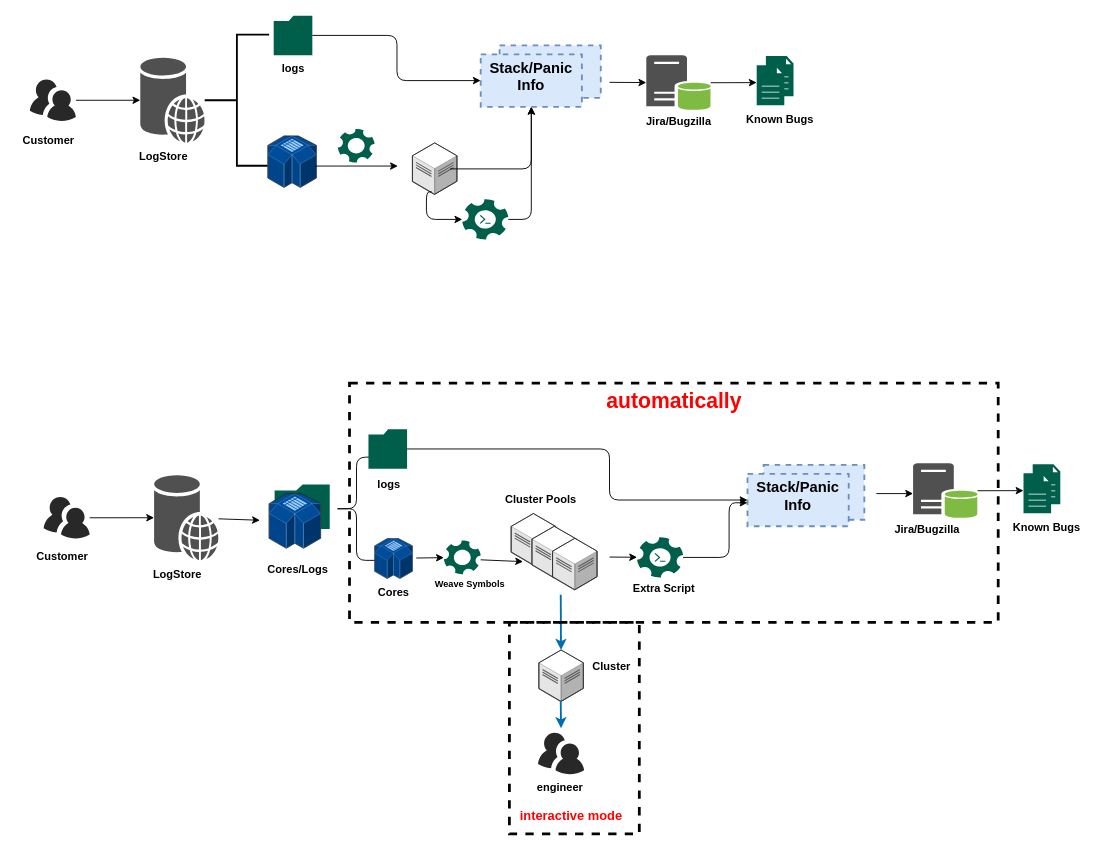
The draw.io diagram auto.drawio in JintGuo/common, before the edit. Source tidied: cells renumbered, new cells numbered last; positions are measured from the earlier drawing's top-left corner, leaving out a move shared by most shapes. Both pictures are drawn from the tidied source at 92%, with x=0, y=0 at pixel (16, 15).
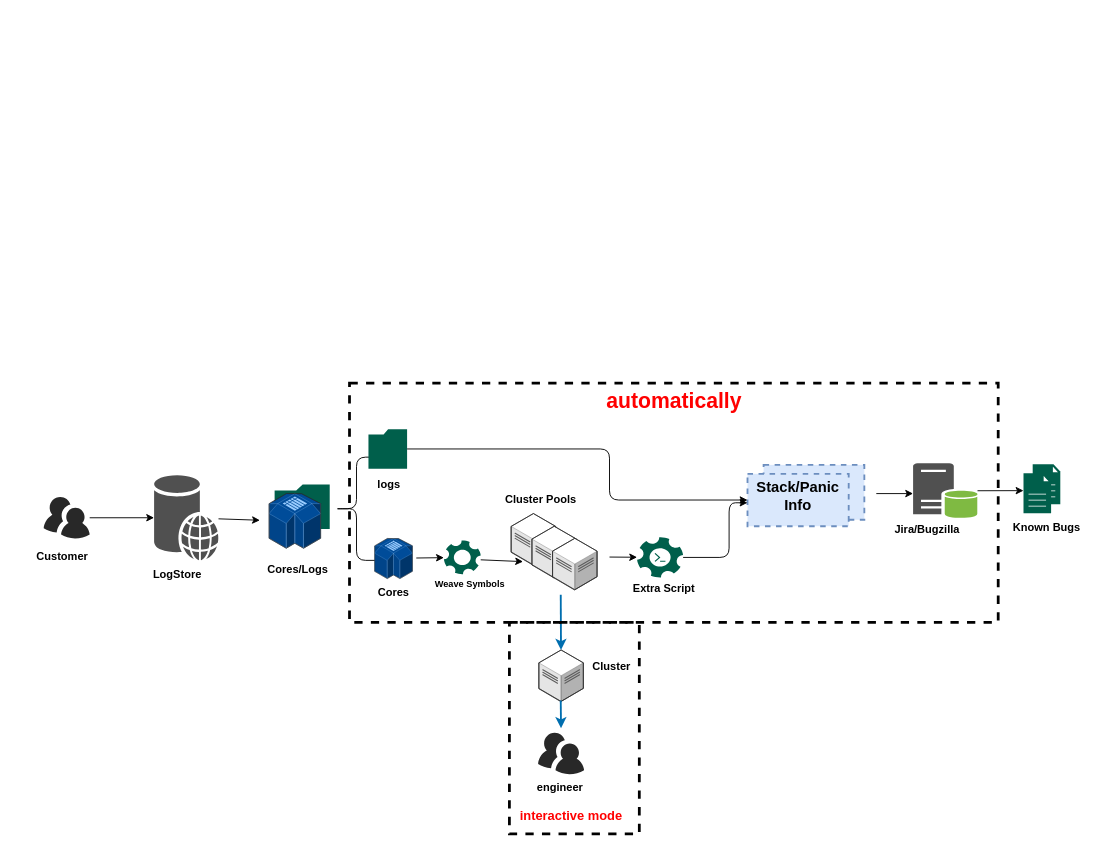
After the change.

Diff of the diagram source:
```diff
@@
-    <mxCell id="2" style="verticalLabelPosition=bottom;html=1;fillColor=#282828;strokeColor=none;verticalAlign=top;align=center;shape=mxgraph.cisco_safe.people_places_things_icons.icon9;" parent="1" vertex="1">
-      <mxGeometry x="15" y="70" width="50" height="45" as="geometry" />
-    </mxCell>
-    <mxCell id="3" style="shadow=0;dashed=0;html=1;strokeColor=none;fillColor=#505050;labelPosition=center;verticalLabelPosition=bottom;verticalAlign=top;outlineConnect=0;align=center;shape=mxgraph.office.databases.web_store;" parent="1" vertex="1">
-      <mxGeometry x="135" y="46.2" width="70" height="92.5" as="geometry" />
-    </mxCell>
-    <mxCell id="4" style="strokeWidth=2;html=1;shape=mxgraph.flowchart.annotation_2;align=left;labelPosition=right;" parent="1" vertex="1">
-      <mxGeometry x="205" y="21.2" width="70" height="142.5" as="geometry" />
-    </mxCell>
-    <mxCell id="5" style="fontStyle=0;verticalAlign=top;align=center;spacingTop=-2;rounded=0;whiteSpace=wrap;html=1;strokeColor=#6c8ebf;strokeWidth=2;dashed=1;shadow=0;fillColor=#dae8fc;sketch=0;glass=0;" parent="1" vertex="1">
-      <mxGeometry x="525.5" y="32.9" width="110" height="57" as="geometry" />
-    </mxCell>
-    <mxCell id="6" style="verticalLabelPosition=bottom;html=1;verticalAlign=top;strokeWidth=1;dashed=0;shape=mxgraph.aws3d.simpleDb2;fillColor=#004C99;strokeColor=#99CCFF;rounded=1;shadow=0;comic=0;fontSize=12;" parent="1" vertex="1">
-      <mxGeometry x="273.6" y="131.2" width="52.8" height="56" as="geometry" />
-    </mxCell>
-    <mxCell id="7" style="verticalLabelPosition=bottom;html=1;verticalAlign=top;strokeWidth=1;dashed=0;shape=mxgraph.aws3d.dataCenter;fillColor=#ffffff;strokeColor=#5E5E5E;rounded=1;shadow=0;comic=0;fontSize=12;" parent="1" vertex="1">
-      <mxGeometry x="430.8" y="138.8" width="48.4" height="55.9" as="geometry" />
-    </mxCell>
-    <mxCell id="8" style="shadow=0;dashed=0;html=1;strokeColor=none;fillColor=#505050;labelPosition=center;verticalLabelPosition=bottom;verticalAlign=top;outlineConnect=0;align=center;shape=mxgraph.office.databases.database_server_green;" parent="1" vertex="1">
-      <mxGeometry x="685" y="43.5" width="70" height="60" as="geometry" />
-    </mxCell>
-    <mxCell id="9" style="shadow=0;dashed=0;html=1;strokeColor=none;fillColor=#005F4B;labelPosition=center;verticalLabelPosition=bottom;verticalAlign=top;align=center;outlineConnect=0;shape=mxgraph.veeam2.folder;" parent="1" vertex="1">
-      <mxGeometry x="280" y="0.5" width="42" height="43" as="geometry" />
-    </mxCell>
-    <mxCell id="10" style="endArrow=classic;html=1;" parent="1" edge="1">
-      <mxGeometry relative="1" as="geometry">
-        <mxPoint x="325" y="164" as="sourcePoint" />
-        <mxPoint x="415" y="164" as="targetPoint" />
-      </mxGeometry>
-    </mxCell>
-    <mxCell id="11" style="edgeStyle=elbowEdgeStyle;elbow=horizontal;endArrow=classic;html=1;" parent="1" edge="1" source="9" target="15">
-      <mxGeometry relative="1" as="geometry" />
-    </mxCell>
-    <mxCell id="12" style="endArrow=classic;html=1;" parent="1" edge="1" target="8">
-      <mxGeometry relative="1" as="geometry">
-        <mxPoint x="645" y="73" as="sourcePoint" />
-      </mxGeometry>
-    </mxCell>
-    <mxCell id="13" style="shadow=0;dashed=0;html=1;strokeColor=none;fillColor=#005F4B;labelPosition=center;verticalLabelPosition=bottom;verticalAlign=top;align=center;shape=mxgraph.veeam2.file;glass=0;sketch=0;" parent="1" vertex="1">
-      <mxGeometry x="815" y="44.5" width="30" height="43.5" as="geometry" />
-    </mxCell>
-    <mxCell id="14" style="endArrow=classic;html=1;" parent="1" edge="1" source="2" target="3">
-      <mxGeometry relative="1" as="geometry" />
-    </mxCell>
-    <mxCell id="15" value="&lt;b style=&quot;font-size: 16px&quot;&gt;Stack/Panic Info&lt;/b&gt;" style="fontStyle=0;verticalAlign=top;align=center;spacingTop=-2;fillColor=#dae8fc;rounded=0;whiteSpace=wrap;html=1;strokeColor=#6c8ebf;strokeWidth=2;dashed=1;" parent="1" vertex="1">
-      <mxGeometry x="505" y="42.6" width="110" height="57" as="geometry" />
-    </mxCell>
-    <mxCell id="16" style="endArrow=classic;html=1;" parent="1" edge="1" source="8">
-      <mxGeometry relative="1" as="geometry">
-        <mxPoint x="805" y="73.3" as="targetPoint" />
-      </mxGeometry>
-    </mxCell>
-    <mxCell id="17" value="Customer" style="text;html=1;align=center;verticalAlign=middle;fillColor=none;strokeColor=none;rounded=0;shadow=0;glass=0;sketch=0;fontStyle=1;" parent="1" vertex="1">
-      <mxGeometry y="125.6" width="70" height="20" as="geometry" />
-    </mxCell>
-    <mxCell id="18" value="LogStore" style="text;html=1;align=center;verticalAlign=middle;fillColor=none;strokeColor=none;rounded=0;shadow=0;glass=0;sketch=0;fontStyle=1;" parent="1" vertex="1">
-      <mxGeometry x="125" y="143.8" width="70" height="20" as="geometry" />
-    </mxCell>
-    <mxCell id="19" value="logs" style="text;html=1;align=center;verticalAlign=middle;fillColor=none;strokeColor=none;rounded=0;shadow=0;glass=0;sketch=0;fontStyle=1;" parent="1" vertex="1">
-      <mxGeometry x="281" y="48.4" width="40" height="20" as="geometry" />
-    </mxCell>
@@
-    <mxCell id="22" style="shadow=0;dashed=0;html=1;strokeColor=none;fillColor=#005F4B;labelPosition=center;verticalLabelPosition=bottom;verticalAlign=top;align=center;shape=mxgraph.veeam2.service_application;glass=0;sketch=0;" parent="1" vertex="1">
-      <mxGeometry x="349.7" y="123.5" width="40" height="36.8" as="geometry" />
-    </mxCell>
-    <mxCell id="23" style="shadow=0;dashed=0;html=1;strokeColor=none;fillColor=#005F4B;labelPosition=center;verticalLabelPosition=bottom;verticalAlign=top;align=center;outlineConnect=0;shape=mxgraph.veeam2.automation;glass=0;sketch=0;" parent="1" vertex="1">
-      <mxGeometry x="485" y="200" width="50" height="44" as="geometry" />
-    </mxCell>
-    <mxCell id="24" style="shadow=0;dashed=0;html=1;strokeColor=none;fillColor=#005F4B;labelPosition=center;verticalLabelPosition=bottom;verticalAlign=top;align=center;shape=mxgraph.veeam2.file;glass=0;sketch=0;" parent="1" vertex="1">
-      <mxGeometry x="805" y="54.5" width="30" height="43.5" as="geometry" />
-    </mxCell>
-    <mxCell id="25" style="edgeStyle=segmentEdgeStyle;endArrow=classic;html=1;entryX=0.5;entryY=1;entryDx=0;entryDy=0;exitX=0.847;exitY=0.506;exitDx=0;exitDy=0;exitPerimeter=0;" parent="1" edge="1" source="7" target="15">
-      <mxGeometry relative="1" as="geometry" />
-    </mxCell>
-    <mxCell id="26" style="edgeStyle=segmentEdgeStyle;endArrow=classic;html=1;exitX=0.434;exitY=0.953;exitDx=0;exitDy=0;exitPerimeter=0;" parent="1" edge="1" source="7" target="23">
-      <mxGeometry relative="1" as="geometry">
-        <Array as="points">
-          <mxPoint x="446" y="222" />
-        </Array>
-      </mxGeometry>
-    </mxCell>
-    <mxCell id="27" style="edgeStyle=segmentEdgeStyle;endArrow=classic;html=1;entryX=0.5;entryY=1;entryDx=0;entryDy=0;" parent="1" edge="1" source="23" target="15">
-      <mxGeometry relative="1" as="geometry" />
-    </mxCell>
@@
-    <mxCell id="30" value="Jira/Bugzilla" style="text;html=1;align=center;verticalAlign=middle;fillColor=none;strokeColor=none;rounded=0;shadow=0;glass=0;sketch=0;fontStyle=1;" parent="1" vertex="1">
-      <mxGeometry x="675" y="105.6" width="90" height="20" as="geometry" />
-    </mxCell>
-    <mxCell id="31" value="Known Bugs" style="text;html=1;align=center;verticalAlign=middle;fillColor=none;strokeColor=none;rounded=0;shadow=0;glass=0;sketch=0;fontStyle=1;" parent="1" vertex="1">
-      <mxGeometry x="785" y="103.5" width="90" height="20" as="geometry" />
-    </mxCell>
```
